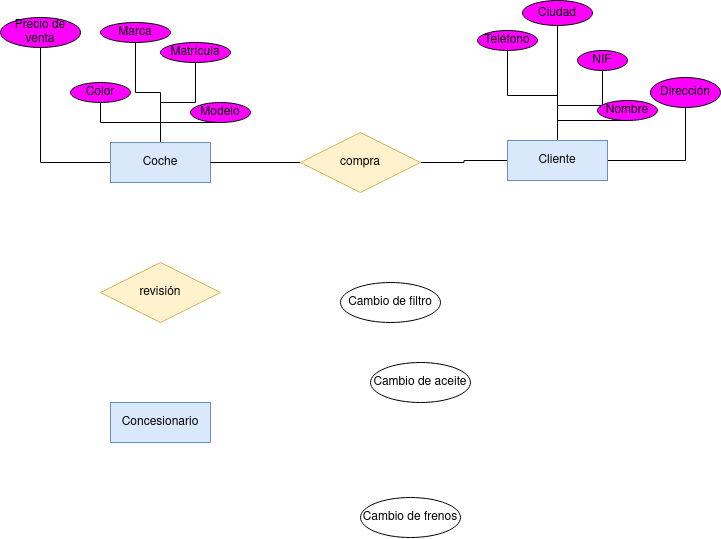
This is Unidad-1/Tareas/Tarea-6/Diagrama Tarea 7.drawio.png from RafaelMayor/base-datos, a draw.io export, as it was before one commit. Source tidied: cells renumbered, new cells last; positions are measured from the earlier drawing's top-left corner, leaving out a move shared by most shapes. Its diagram source:
```xml
<mxGraphModel>
  <root>
    <mxCell id="0" />
    <mxCell id="1" parent="0" />
    <mxCell id="2" style="edgeStyle=orthogonalEdgeStyle;rounded=0;jettySize=auto;html=1;entryX=0.5;entryY=1;entryDx=0;entryDy=0;endArrow=none;endFill=0;" parent="1" edge="1" source="7" target="17">
      <mxGeometry relative="1" as="geometry" />
    </mxCell>
    <mxCell id="3" style="edgeStyle=orthogonalEdgeStyle;rounded=0;jettySize=auto;html=1;entryX=0.5;entryY=1;entryDx=0;entryDy=0;endArrow=none;endFill=0;" parent="1" edge="1" source="7" target="19">
      <mxGeometry relative="1" as="geometry" />
    </mxCell>
    <mxCell id="4" style="edgeStyle=orthogonalEdgeStyle;rounded=0;jettySize=auto;html=1;entryX=0.5;entryY=1;entryDx=0;entryDy=0;endArrow=none;endFill=0;" parent="1" edge="1" source="7" target="16">
      <mxGeometry relative="1" as="geometry" />
    </mxCell>
    <mxCell id="5" style="edgeStyle=orthogonalEdgeStyle;rounded=0;jettySize=auto;html=1;entryX=0.5;entryY=1;entryDx=0;entryDy=0;endArrow=none;endFill=0;" parent="1" edge="1" source="7" target="20">
      <mxGeometry relative="1" as="geometry" />
    </mxCell>
    <mxCell id="6" style="edgeStyle=orthogonalEdgeStyle;rounded=0;jettySize=auto;html=1;entryX=0.5;entryY=1;entryDx=0;entryDy=0;endArrow=none;endFill=0;" parent="1" edge="1" source="7" target="18">
      <mxGeometry relative="1" as="geometry" />
    </mxCell>
    <mxCell id="7" value="Coche" style="whiteSpace=wrap;html=1;align=center;fillColor=#dae8fc;strokeColor=#6c8ebf;" parent="1" vertex="1">
      <mxGeometry x="110" y="142" width="100" height="40" as="geometry" />
    </mxCell>
    <mxCell id="8" value="Concesionario" style="whiteSpace=wrap;html=1;align=center;fillColor=#dae8fc;strokeColor=#6c8ebf;" parent="1" vertex="1">
      <mxGeometry x="110" y="402" width="100" height="40" as="geometry" />
    </mxCell>
    <mxCell id="9" style="edgeStyle=orthogonalEdgeStyle;rounded=0;jettySize=auto;html=1;entryX=0.5;entryY=1;entryDx=0;entryDy=0;endArrow=none;endFill=0;" parent="1" edge="1" source="15" target="25">
      <mxGeometry relative="1" as="geometry" />
    </mxCell>
    <mxCell id="10" style="edgeStyle=orthogonalEdgeStyle;rounded=0;jettySize=auto;html=1;entryX=0.5;entryY=1;entryDx=0;entryDy=0;endArrow=none;endFill=0;" parent="1" edge="1" source="15" target="21">
      <mxGeometry relative="1" as="geometry" />
    </mxCell>
    <mxCell id="11" style="edgeStyle=orthogonalEdgeStyle;rounded=0;jettySize=auto;html=1;entryX=0.5;entryY=1;entryDx=0;entryDy=0;endArrow=none;endFill=0;" parent="1" edge="1" source="15" target="24">
      <mxGeometry relative="1" as="geometry" />
    </mxCell>
    <mxCell id="12" style="edgeStyle=orthogonalEdgeStyle;rounded=0;jettySize=auto;html=1;entryX=0.5;entryY=1;entryDx=0;entryDy=0;endArrow=none;endFill=0;" parent="1" edge="1" source="15" target="22">
      <mxGeometry relative="1" as="geometry" />
    </mxCell>
    <mxCell id="13" style="edgeStyle=orthogonalEdgeStyle;rounded=0;jettySize=auto;html=1;entryX=0.5;entryY=1;entryDx=0;entryDy=0;endArrow=none;endFill=0;" parent="1" edge="1" source="15" target="23">
      <mxGeometry relative="1" as="geometry" />
    </mxCell>
    <mxCell id="14" style="edgeStyle=orthogonalEdgeStyle;rounded=0;jettySize=auto;html=1;entryX=1;entryY=0.5;entryDx=0;entryDy=0;endArrow=none;endFill=0;" parent="1" edge="1" source="15" target="31">
      <mxGeometry relative="1" as="geometry" />
    </mxCell>
    <mxCell id="15" value="Cliente" style="whiteSpace=wrap;html=1;align=center;fillColor=#dae8fc;strokeColor=#6c8ebf;" parent="1" vertex="1">
      <mxGeometry x="507" y="140" width="100" height="40" as="geometry" />
    </mxCell>
    <mxCell id="16" value="Marca" style="ellipse;whiteSpace=wrap;html=1;align=center;fillColor=#FF00FF;" parent="1" vertex="1">
      <mxGeometry x="100" y="22" width="70" height="20" as="geometry" />
    </mxCell>
    <mxCell id="17" value="Color" style="ellipse;whiteSpace=wrap;html=1;align=center;fillColor=#FF00FF;" parent="1" vertex="1">
      <mxGeometry x="70" y="82" width="60" height="20" as="geometry" />
    </mxCell>
    <mxCell id="18" value="Modelo" style="ellipse;whiteSpace=wrap;html=1;align=center;fillColor=#FF00FF;" parent="1" vertex="1">
      <mxGeometry x="190" y="102" width="60" height="20" as="geometry" />
    </mxCell>
    <mxCell id="19" value="Precio de venta" style="ellipse;whiteSpace=wrap;html=1;align=center;strokeColor=#000000;fillColor=#FF00FF;" parent="1" vertex="1">
      <mxGeometry y="17" width="80" height="30" as="geometry" />
    </mxCell>
    <mxCell id="20" value="Matrícula" style="ellipse;whiteSpace=wrap;html=1;align=center;fillColor=#FF00FF;" parent="1" vertex="1">
      <mxGeometry x="160" y="42" width="70" height="20" as="geometry" />
    </mxCell>
    <mxCell id="21" value="Teléfono" style="ellipse;whiteSpace=wrap;html=1;align=center;fillColor=#FF00FF;" parent="1" vertex="1">
      <mxGeometry x="477" y="30" width="60" height="20" as="geometry" />
    </mxCell>
    <mxCell id="22" value="Ciudad" style="ellipse;whiteSpace=wrap;html=1;align=center;fillColor=#FF00FF;" parent="1" vertex="1">
      <mxGeometry x="522" width="70" height="25" as="geometry" />
    </mxCell>
    <mxCell id="23" value="Dirección" style="ellipse;whiteSpace=wrap;html=1;align=center;fillColor=#FF00FF;" parent="1" vertex="1">
      <mxGeometry x="650" y="77" width="70" height="30" as="geometry" />
    </mxCell>
    <mxCell id="24" value="Nombre" style="ellipse;whiteSpace=wrap;html=1;align=center;fillColor=#FF00FF;" parent="1" vertex="1">
      <mxGeometry x="597" y="100" width="60" height="20" as="geometry" />
    </mxCell>
    <mxCell id="25" value="NIF" style="ellipse;whiteSpace=wrap;html=1;align=center;fillColor=#FF00FF;" parent="1" vertex="1">
      <mxGeometry x="577" y="50" width="50" height="20" as="geometry" />
    </mxCell>
    <mxCell id="26" value="revisión" style="shape=rhombus;perimeter=rhombusPerimeter;whiteSpace=wrap;html=1;align=center;fillColor=#fff2cc;strokeColor=#d6b656;" parent="1" vertex="1">
      <mxGeometry x="100" y="262" width="120" height="60" as="geometry" />
    </mxCell>
    <mxCell id="27" value="Cambio de filtro" style="ellipse;whiteSpace=wrap;html=1;align=center;" parent="1" vertex="1">
      <mxGeometry x="340" y="282" width="100" height="40" as="geometry" />
    </mxCell>
    <mxCell id="28" value="Cambio de aceite" style="ellipse;whiteSpace=wrap;html=1;align=center;" parent="1" vertex="1">
      <mxGeometry x="370" y="362" width="100" height="40" as="geometry" />
    </mxCell>
    <mxCell id="29" value="Cambio de frenos" style="ellipse;whiteSpace=wrap;html=1;align=center;" parent="1" vertex="1">
      <mxGeometry x="360" y="497" width="100" height="40" as="geometry" />
    </mxCell>
    <mxCell id="30" style="edgeStyle=orthogonalEdgeStyle;rounded=0;jettySize=auto;html=1;entryX=1;entryY=0.5;entryDx=0;entryDy=0;endArrow=none;endFill=0;" parent="1" edge="1" source="31" target="7">
      <mxGeometry relative="1" as="geometry" />
    </mxCell>
    <mxCell id="31" value="compra" style="shape=rhombus;perimeter=rhombusPerimeter;whiteSpace=wrap;html=1;align=center;fillColor=#fff2cc;strokeColor=#d6b656;" parent="1" vertex="1">
      <mxGeometry x="300" y="132" width="120" height="60" as="geometry" />
    </mxCell>
  </root>
</mxGraphModel>
```
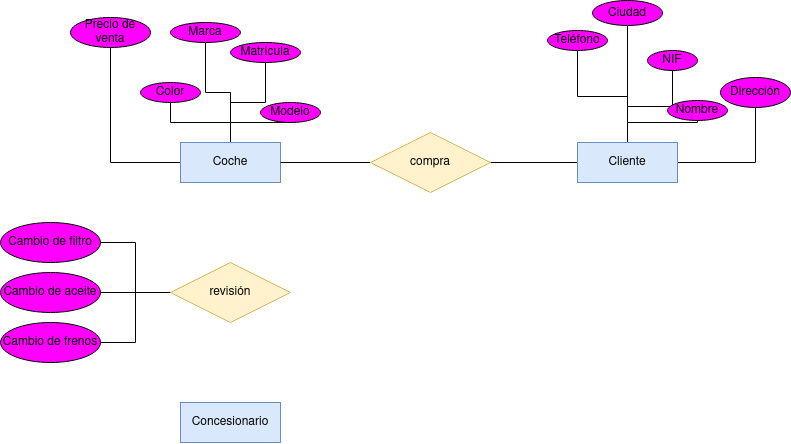
The same file after the commit.

Diff of the diagram source:
```diff
@@ -42,7 +42,7 @@
       <mxGeometry relative="1" as="geometry" />
     </mxCell>
     <mxCell id="15" value="Cliente" style="whiteSpace=wrap;html=1;align=center;fillColor=#dae8fc;strokeColor=#6c8ebf;" parent="1" vertex="1">
-      <mxGeometry x="507" y="140" width="100" height="40" as="geometry" />
+      <mxGeometry x="507" y="142" width="100" height="40" as="geometry" />
     </mxCell>
     <mxCell id="16" value="Marca" style="ellipse;whiteSpace=wrap;html=1;align=center;fillColor=#FF00FF;" parent="1" vertex="1">
       <mxGeometry x="100" y="22" width="70" height="20" as="geometry" />
@@ -74,17 +74,26 @@
     <mxCell id="25" value="NIF" style="ellipse;whiteSpace=wrap;html=1;align=center;fillColor=#FF00FF;" parent="1" vertex="1">
       <mxGeometry x="577" y="50" width="50" height="20" as="geometry" />
     </mxCell>
+    <mxCell id="32" style="edgeStyle=orthogonalEdgeStyle;rounded=0;jettySize=auto;html=1;entryX=1;entryY=0.5;entryDx=0;entryDy=0;endArrow=none;endFill=0;" parent="1" edge="1" source="26" target="27">
+      <mxGeometry relative="1" as="geometry" />
+    </mxCell>
+    <mxCell id="33" style="edgeStyle=orthogonalEdgeStyle;rounded=0;jettySize=auto;html=1;entryX=1;entryY=0.5;entryDx=0;entryDy=0;endArrow=none;endFill=0;" parent="1" edge="1" source="26" target="28">
+      <mxGeometry relative="1" as="geometry" />
+    </mxCell>
+    <mxCell id="34" style="edgeStyle=orthogonalEdgeStyle;rounded=0;jettySize=auto;html=1;entryX=1;entryY=0.5;entryDx=0;entryDy=0;endArrow=none;endFill=0;" parent="1" edge="1" source="26" target="29">
+      <mxGeometry relative="1" as="geometry" />
+    </mxCell>
     <mxCell id="26" value="revisión" style="shape=rhombus;perimeter=rhombusPerimeter;whiteSpace=wrap;html=1;align=center;fillColor=#fff2cc;strokeColor=#d6b656;" parent="1" vertex="1">
       <mxGeometry x="100" y="262" width="120" height="60" as="geometry" />
     </mxCell>
-    <mxCell id="27" value="Cambio de filtro" style="ellipse;whiteSpace=wrap;html=1;align=center;" parent="1" vertex="1">
-      <mxGeometry x="340" y="282" width="100" height="40" as="geometry" />
+    <mxCell id="27" value="Cambio de filtro" style="ellipse;whiteSpace=wrap;html=1;align=center;fillColor=#FF00FF;" parent="1" vertex="1">
+      <mxGeometry x="-70" y="222" width="100" height="40" as="geometry" />
     </mxCell>
-    <mxCell id="28" value="Cambio de aceite" style="ellipse;whiteSpace=wrap;html=1;align=center;" parent="1" vertex="1">
-      <mxGeometry x="370" y="362" width="100" height="40" as="geometry" />
+    <mxCell id="28" value="Cambio de aceite" style="ellipse;whiteSpace=wrap;html=1;align=center;fillColor=#FF00FF;" parent="1" vertex="1">
+      <mxGeometry x="-70" y="272" width="100" height="40" as="geometry" />
     </mxCell>
-    <mxCell id="29" value="Cambio de frenos" style="ellipse;whiteSpace=wrap;html=1;align=center;" parent="1" vertex="1">
-      <mxGeometry x="360" y="497" width="100" height="40" as="geometry" />
+    <mxCell id="29" value="Cambio de frenos" style="ellipse;whiteSpace=wrap;html=1;align=center;fillColor=#FF00FF;" parent="1" vertex="1">
+      <mxGeometry x="-70" y="322" width="100" height="40" as="geometry" />
     </mxCell>
     <mxCell id="30" style="edgeStyle=orthogonalEdgeStyle;rounded=0;jettySize=auto;html=1;entryX=1;entryY=0.5;entryDx=0;entryDy=0;endArrow=none;endFill=0;" parent="1" edge="1" source="31" target="7">
       <mxGeometry relative="1" as="geometry" />
```
